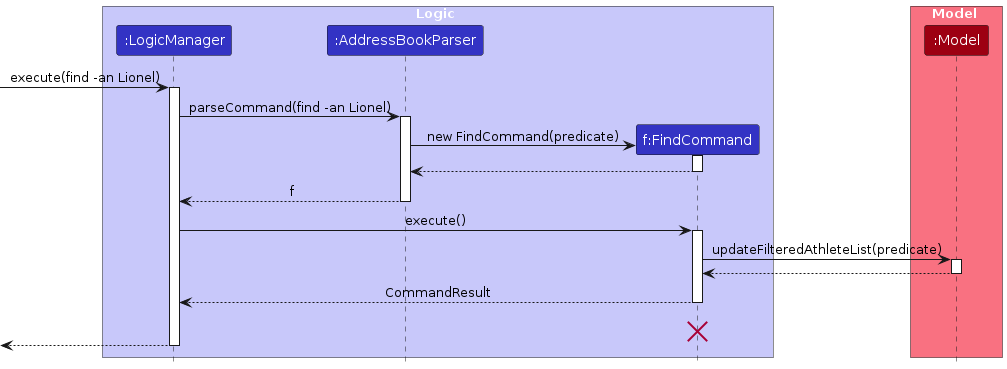
AY2526S1-CS2103T-F13-3/tp keeps this PlantUML diagram as diagrams/FindSequenceDiagram-Logic.png. Above is the earlier version. Its source is kept beside it as diagrams/FindSequenceDiagram-Logic.puml. Its diagram source:
```plantuml
@startuml
!include style.puml
skinparam ArrowFontStyle plain

box Logic LOGIC_COLOR_T1
participant ":LogicManager" as LogicManager LOGIC_COLOR
participant ":AddressBookParser" as AddressBookParser LOGIC_COLOR
participant "f:FindCommand" as FindCommand LOGIC_COLOR
end box

box Model MODEL_COLOR_T1
participant ":Model" as Model MODEL_COLOR
end box

[-> LogicManager : execute(find -an Lionel)
activate LogicManager

LogicManager -> AddressBookParser : parseCommand(find -an Lionel)
activate AddressBookParser

create FindCommand
AddressBookParser -> FindCommand : new FindCommand(predicate)
activate FindCommand

FindCommand --> AddressBookParser
deactivate FindCommand

AddressBookParser --> LogicManager : f
deactivate AddressBookParser

LogicManager -> FindCommand : execute()
activate FindCommand

FindCommand -> Model : updateFilteredAthleteList(predicate)
activate Model

Model --> FindCommand
deactivate Model

FindCommand --> LogicManager : CommandResult
deactivate FindCommand
FindCommand -[hidden]-> LogicManager : CommandResult
destroy FindCommand

[<-- LogicManager
deactivate LogicManager
@enduml
```
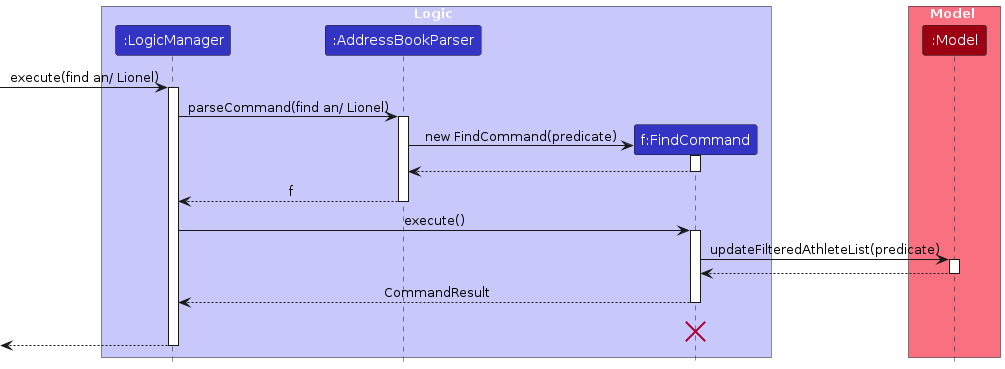
The same file after the commit.

What changed in the source:
```diff
@@ -12,10 +12,10 @@
 participant ":Model" as Model MODEL_COLOR
 end box
 
-[-> LogicManager : execute(find -an Lionel)
+[-> LogicManager : execute(find an/ Lionel)
 activate LogicManager
 
-LogicManager -> AddressBookParser : parseCommand(find -an Lionel)
+LogicManager -> AddressBookParser : parseCommand(find an/ Lionel)
 activate AddressBookParser
 
 create FindCommand
```
